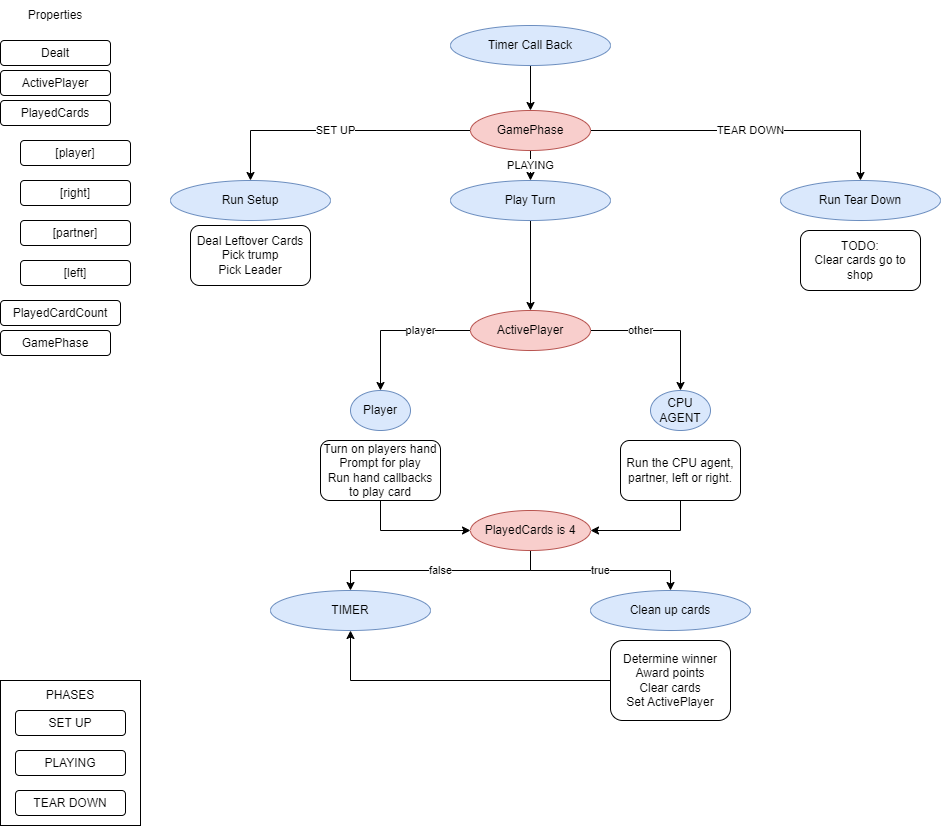
This is DrawioDocs/DraftingProcess.drawio.png from nlarsen31/Euchre-Like, a draw.io export, as it was before one commit. Source tidied: cells renumbered, new cells last; positions are measured from the earlier drawing's top-left corner, leaving out a move shared by most shapes.
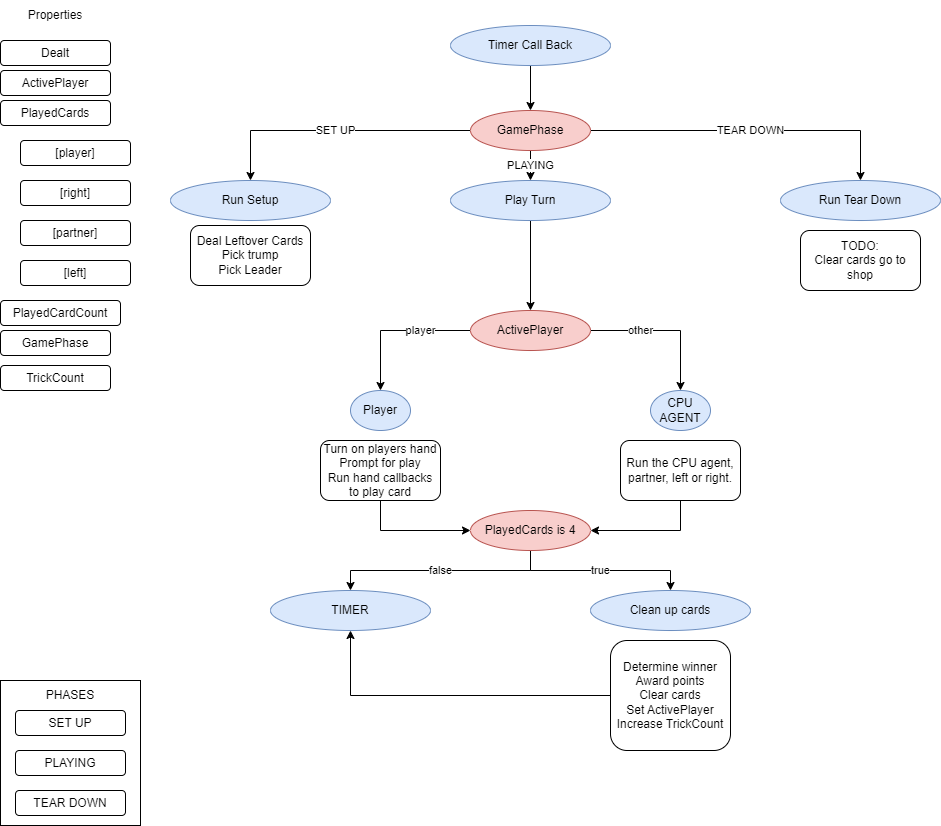
The same diagram one commit later.

What changed in the source:
```diff
@@ -129,13 +129,13 @@
       <mxGeometry x="270" y="590" width="160" height="40" as="geometry" />
     </mxCell>
     <mxCell id="44" style="group;" parent="1" vertex="1">
-      <mxGeometry x="590" y="590" width="160" height="130" as="geometry" />
+      <mxGeometry x="590" y="590" width="160" height="160" as="geometry" />
     </mxCell>
     <mxCell id="45" value="Clean up cards" style="ellipse;whiteSpace=wrap;html=1;fillColor=#dae8fc;strokeColor=#6c8ebf;" parent="44" vertex="1">
       <mxGeometry width="160" height="40" as="geometry" />
     </mxCell>
-    <mxCell id="46" value="Determine winner&lt;br&gt;Award points&lt;br&gt;Clear cards&lt;br&gt;Set ActivePlayer" style="rounded=1;whiteSpace=wrap;html=1;" parent="44" vertex="1">
-      <mxGeometry x="20" y="50" width="120" height="80" as="geometry" />
+    <mxCell id="46" value="Determine winner&lt;br&gt;Award points&lt;br&gt;Clear cards&lt;br&gt;Set ActivePlayer&lt;br&gt;Increase TrickCount" style="rounded=1;whiteSpace=wrap;html=1;" parent="44" vertex="1">
+      <mxGeometry x="20" y="50" width="120" height="110" as="geometry" />
     </mxCell>
     <mxCell id="47" style="edgeStyle=orthogonalEdgeStyle;rounded=0;jettySize=auto;html=1;exitX=0;exitY=0.5;exitDx=0;exitDy=0;entryX=0.5;entryY=1;entryDx=0;entryDy=0;" parent="1" edge="1" source="46" target="43">
       <mxGeometry relative="1" as="geometry" />
@@ -149,5 +149,8 @@
     <mxCell id="50" value="TODO:&lt;br&gt;Clear cards go to shop" style="rounded=1;whiteSpace=wrap;html=1;" parent="48" vertex="1">
       <mxGeometry x="20" y="50" width="120" height="60" as="geometry" />
     </mxCell>
+    <mxCell id="51" value="TrickCount" style="rounded=1;whiteSpace=wrap;html=1;" parent="1" vertex="1">
+      <mxGeometry y="365" width="110" height="25" as="geometry" />
+    </mxCell>
   </root>
 </mxGraphModel>
```
